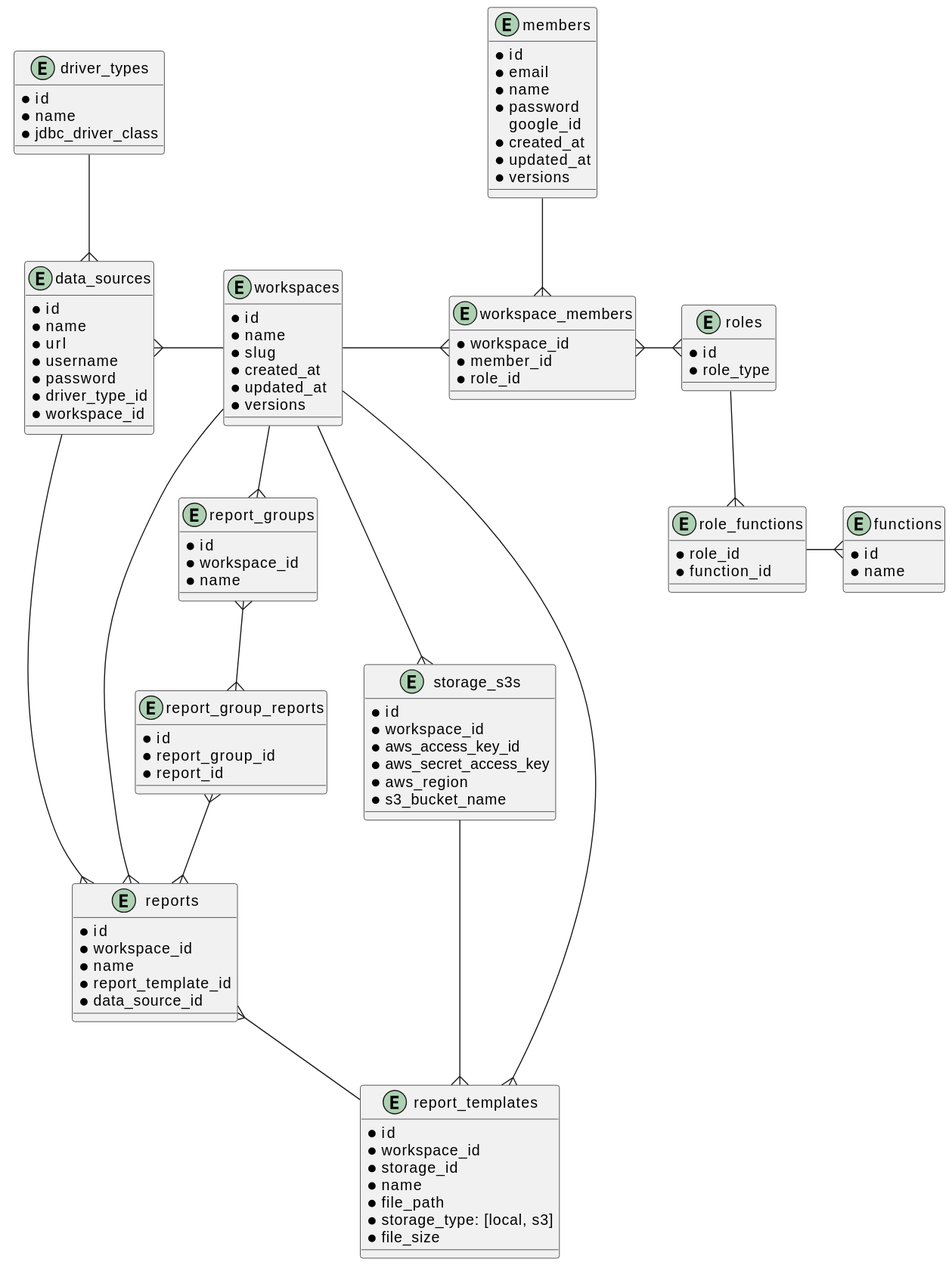
Above: docs/db/diagram.svg in ijufumi/openreports-api (PlantUML), before the change.
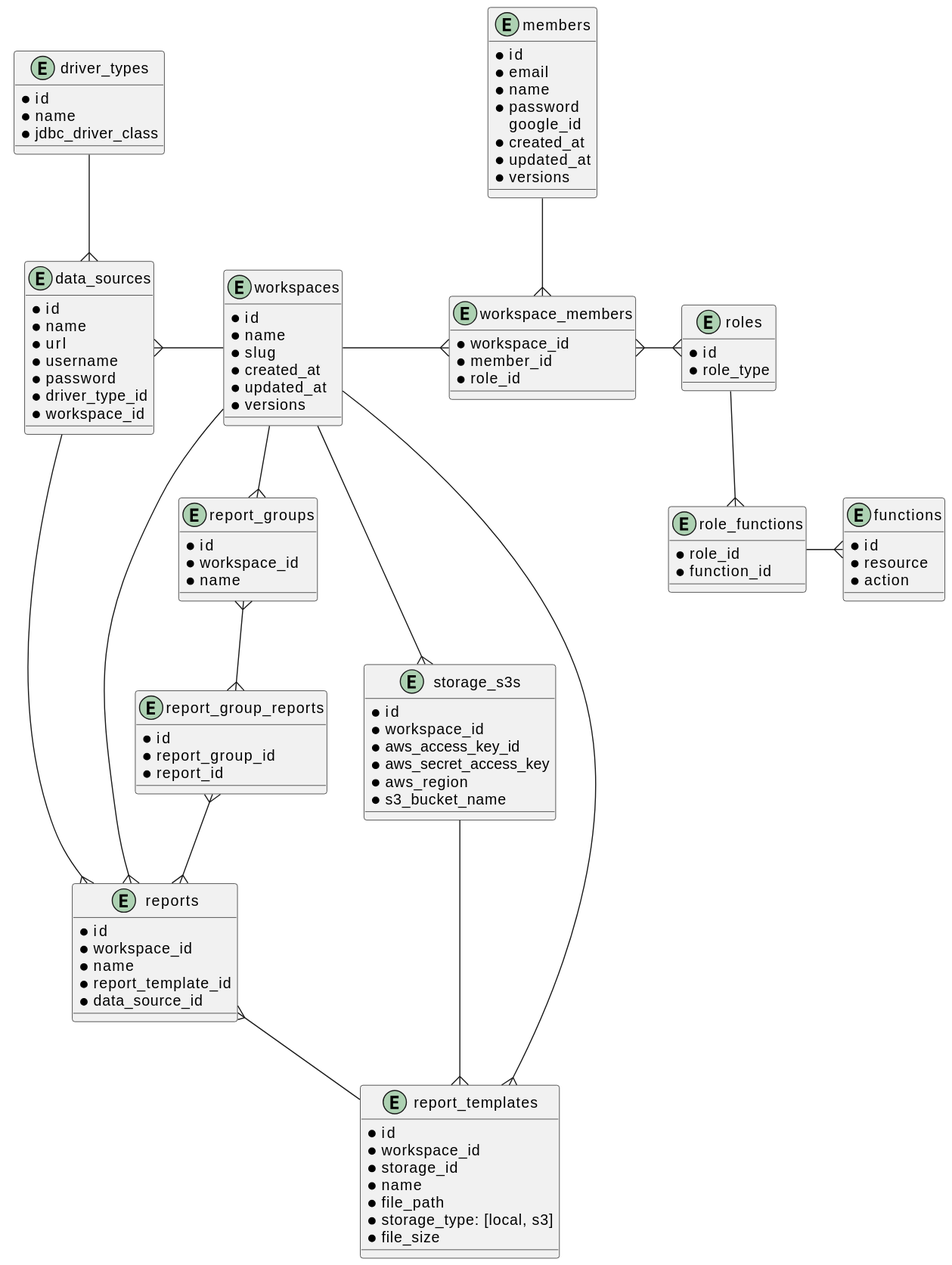
Above is the later version.

Diff of the diagram source:
```diff
@@ -32,7 +32,8 @@
 
 entity functions {
   * id
-  * name
+  * resource
+  * action
 }
 
 entity role_functions {
```
